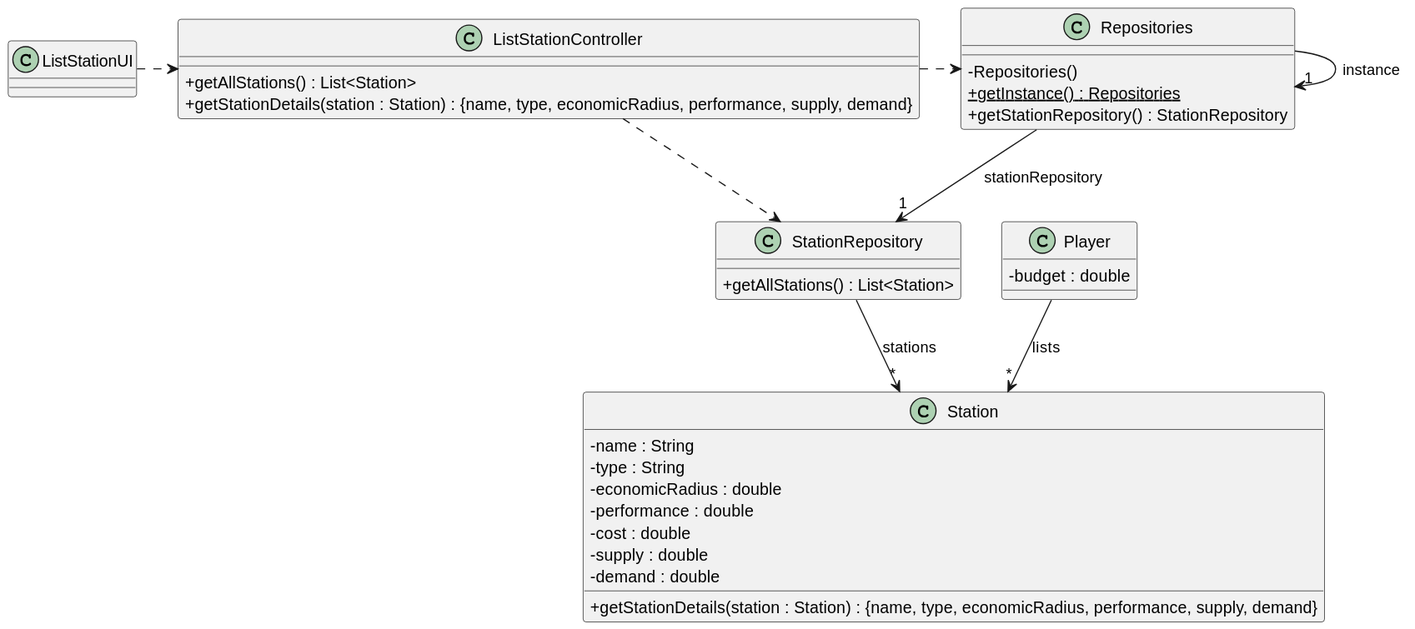
Educ00/mdisc-2425 keeps this PlantUML diagram as docs/system-documentation/sprint 3/US07/03.design/svg/US07-CD.svg. Above is the earlier version.
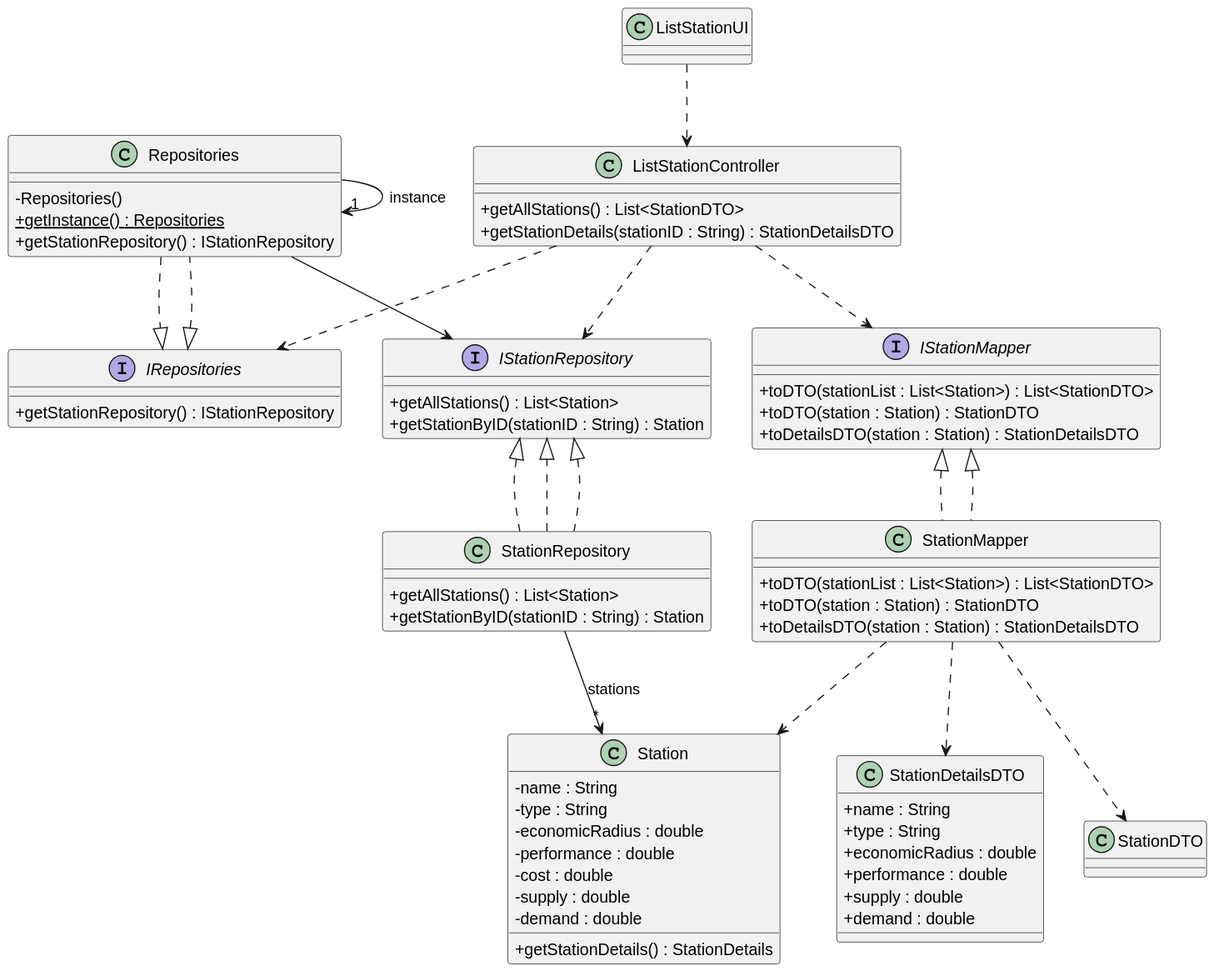
Later version of the same file.

The edit, as a diff of the source:
```diff
@@ -1,49 +1,82 @@
 @startuml
-        skinparam packageStyle rectangle
-        skinparam shadowing false
-        skinparam linetype polyline
-        skinparam classAttributeIconSize 0
+skinparam packageStyle rectangle
+skinparam shadowing false
+skinparam linetype polyline
+skinparam classAttributeIconSize 0
 
-        class Player {
-            - budget : double
-        }
+class ListStationUI {
+}
 
-        class ListStationUI {
-        }
+class ListStationController {
+    + getAllStations() : List<StationDTO>
+    + getStationDetails(stationID : String) : StationDetailsDTO
+}
 
-        class ListStationController {
-            + getAllStations() : List<Station>
-            + getStationDetails(station : Station) : {name, type, economicRadius, performance, supply, demand}
-        }
+interface IRepositories {
+    + getStationRepository() : IStationRepository
+}
+class Repositories implements IRepositories {
+    - Repositories()
+    + {static} getInstance() : Repositories
+    + getStationRepository() : IStationRepository
+}
 
-        class StationRepository {
-            + getAllStations() : List<Station>
-        }
+interface IStationRepository {
+    + getAllStations() : List<Station>
+    + getStationByID(stationID : String) : Station
+}
+class StationRepository implements IStationRepository {
+    + getAllStations() : List<Station>
+    + getStationByID(stationID : String) : Station
+}
 
-        class Station {
-            - name : String
-            - type : String
-            - economicRadius : double
-            - performance : double
-            - cost : double
-            - supply : double
-            - demand : double
-            + getStationDetails(station : Station) : {name, type, economicRadius, performance, supply, demand}
-        }
+interface IStationMapper {
+    + toDTO(stationList : List<Station>) : List<StationDTO>
+    + toDTO(station : Station) : StationDTO
+    + toDetailsDTO(station : Station) : StationDetailsDTO
+}
+class StationMapper implements IStationMapper {
+    + toDTO(stationList : List<Station>) : List<StationDTO>
+    + toDTO(station : Station) : StationDTO
+    + toDetailsDTO(station : Station) : StationDetailsDTO
+}
 
-        class Repositories {
-            - Repositories()
-            + {static} getInstance() : Repositories
-            + getStationRepository() : StationRepository
-        }
+class Station {
+    - name : String
+    - type : String
+    - economicRadius : double
+    - performance : double
+    - cost : double
+    - supply : double
+    - demand : double
+    + getStationDetails() : StationDetails
+}
 
+class StationDTO {
+}
 
-        Player --> "*" Station : lists
-        Repositories -> "1" Repositories : instance
-        ListStationUI .> ListStationController
-        ListStationController .> Repositories
-        ListStationController .> StationRepository
-        Repositories --> "1" StationRepository : stationRepository
-        StationRepository --> "*" Station : stations
+class StationDetailsDTO {
+    + name : String
+    + type : String
+    + economicRadius : double
+    + performance : double
+    + supply : double
+    + demand : double
+}
 
-        @enduml
+ListStationUI ..> ListStationController
+ListStationController ..> IRepositories
+Repositories ..|> IRepositories
+Repositories --> IStationRepository
+StationRepository ..|> IStationRepository
+ListStationController ..> IStationRepository
+ListStationController ..> IStationMapper
+IStationMapper <|.. StationMapper
+StationMapper ..> Station
+StationMapper ..> StationDTO
+StationMapper ..> StationDetailsDTO
+IStationRepository <|.. StationRepository
+StationRepository --> "*" Station : stations
+
+Repositories -> "1" Repositories : instance
+@enduml
```
